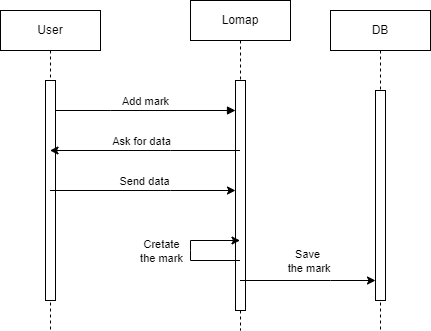
Arquisoft/lomap_es2b keeps this draw.io diagram as docs/images/06_Diagrama_secuencia_anadir_mark.png. Above is the earlier version. Source tidied: cells renumbered, new cells last; positions are measured from the earlier drawing's top-left corner, leaving out a move shared by most shapes. Its diagram source:
```xml
<mxGraphModel>
  <root>
    <mxCell id="0" />
    <mxCell id="1" parent="0" />
    <mxCell id="2" value="User" style="shape=umlLifeline;perimeter=lifelinePerimeter;whiteSpace=wrap;html=1;outlineConnect=0;portConstraint=eastwest;newEdgeStyle={&quot;edgeStyle&quot;:&quot;elbowEdgeStyle&quot;,&quot;elbow&quot;:&quot;vertical&quot;,&quot;curved&quot;:0,&quot;rounded&quot;:0};" parent="1" vertex="1">
      <mxGeometry y="10" width="100" height="320" as="geometry" />
    </mxCell>
    <mxCell id="3" style="html=1;points=[];perimeter=orthogonalPerimeter;outlineConnect=0;targetShapes=umlLifeline;portConstraint=eastwest;newEdgeStyle={&quot;edgeStyle&quot;:&quot;elbowEdgeStyle&quot;,&quot;elbow&quot;:&quot;vertical&quot;,&quot;curved&quot;:0,&quot;rounded&quot;:0};" parent="2" vertex="1">
      <mxGeometry x="45" y="70" width="10" height="220" as="geometry" />
    </mxCell>
    <mxCell id="4" value="Lomap" style="shape=umlLifeline;perimeter=lifelinePerimeter;whiteSpace=wrap;html=1;outlineConnect=0;portConstraint=eastwest;newEdgeStyle={&quot;edgeStyle&quot;:&quot;elbowEdgeStyle&quot;,&quot;elbow&quot;:&quot;vertical&quot;,&quot;curved&quot;:0,&quot;rounded&quot;:0};" parent="1" vertex="1">
      <mxGeometry x="190" width="100" height="330" as="geometry" />
    </mxCell>
    <mxCell id="5" style="html=1;points=[];perimeter=orthogonalPerimeter;outlineConnect=0;targetShapes=umlLifeline;portConstraint=eastwest;newEdgeStyle={&quot;edgeStyle&quot;:&quot;elbowEdgeStyle&quot;,&quot;elbow&quot;:&quot;vertical&quot;,&quot;curved&quot;:0,&quot;rounded&quot;:0};" parent="4" vertex="1">
      <mxGeometry x="45" y="80" width="10" height="230" as="geometry" />
    </mxCell>
    <mxCell id="6" value="Add mark" style="html=1;verticalAlign=bottom;endArrow=block;edgeStyle=elbowEdgeStyle;elbow=vertical;curved=0;rounded=0;" parent="1" edge="1" source="3" target="5">
      <mxGeometry relative="1" as="geometry">
        <Array as="points">
          <mxPoint x="110" y="110" />
          <mxPoint x="140" y="90" />
        </Array>
      </mxGeometry>
    </mxCell>
    <mxCell id="7" value="DB" style="shape=umlLifeline;perimeter=lifelinePerimeter;whiteSpace=wrap;html=1;outlineConnect=0;portConstraint=eastwest;newEdgeStyle={&quot;edgeStyle&quot;:&quot;elbowEdgeStyle&quot;,&quot;elbow&quot;:&quot;vertical&quot;,&quot;curved&quot;:0,&quot;rounded&quot;:0};" parent="1" vertex="1">
      <mxGeometry x="330" y="10" width="100" height="320" as="geometry" />
    </mxCell>
    <mxCell id="8" style="html=1;points=[];perimeter=orthogonalPerimeter;outlineConnect=0;targetShapes=umlLifeline;portConstraint=eastwest;newEdgeStyle={&quot;edgeStyle&quot;:&quot;elbowEdgeStyle&quot;,&quot;elbow&quot;:&quot;vertical&quot;,&quot;curved&quot;:0,&quot;rounded&quot;:0};" parent="7" vertex="1">
      <mxGeometry x="45" y="80" width="10" height="210" as="geometry" />
    </mxCell>
    <mxCell id="9" style="endArrow=classic;html=1;rounded=0;" parent="1" edge="1" source="4" target="2">
      <mxGeometry relative="1" as="geometry">
        <Array as="points">
          <mxPoint x="170" y="150" />
        </Array>
      </mxGeometry>
    </mxCell>
    <mxCell id="10" value="Ask for data" style="edgeLabel;html=1;align=center;verticalAlign=middle;" parent="9" vertex="1">
      <mxGeometry x="-0.03" y="-1" relative="1" as="geometry">
        <mxPoint x="-6" y="-9" as="offset" />
      </mxGeometry>
    </mxCell>
    <mxCell id="11" style="endArrow=classic;html=1;rounded=0;" parent="1" edge="1" source="2" target="5">
      <mxGeometry relative="1" as="geometry">
        <Array as="points">
          <mxPoint x="170" y="190" />
        </Array>
      </mxGeometry>
    </mxCell>
    <mxCell id="12" value="Send data" style="edgeLabel;html=1;align=center;verticalAlign=middle;" parent="11" vertex="1">
      <mxGeometry x="0.01" y="-3" relative="1" as="geometry">
        <mxPoint y="-13" as="offset" />
      </mxGeometry>
    </mxCell>
    <mxCell id="13" style="endArrow=classic;html=1;rounded=0;" parent="1" edge="1" source="4" target="4">
      <mxGeometry relative="1" as="geometry">
        <Array as="points">
          <mxPoint x="190" y="260" />
          <mxPoint x="190" y="250" />
          <mxPoint x="190" y="240" />
        </Array>
      </mxGeometry>
    </mxCell>
    <mxCell id="14" value="Cretate&lt;br&gt;the mark" style="edgeLabel;html=1;align=center;verticalAlign=middle;" parent="13" vertex="1">
      <mxGeometry x="0.34" y="-2" relative="1" as="geometry">
        <mxPoint x="-39" y="8" as="offset" />
      </mxGeometry>
    </mxCell>
    <mxCell id="15" style="endArrow=classic;html=1;rounded=0;" parent="1" edge="1" source="4" target="8">
      <mxGeometry relative="1" as="geometry">
        <Array as="points">
          <mxPoint x="330" y="280" />
        </Array>
      </mxGeometry>
    </mxCell>
    <mxCell id="16" value="Save&lt;br&gt;&amp;nbsp;the mark" style="edgeLabel;html=1;align=center;verticalAlign=middle;" parent="15" vertex="1">
      <mxGeometry x="-0.02" relative="1" as="geometry">
        <mxPoint x="1" y="-20" as="offset" />
      </mxGeometry>
    </mxCell>
  </root>
</mxGraphModel>
```
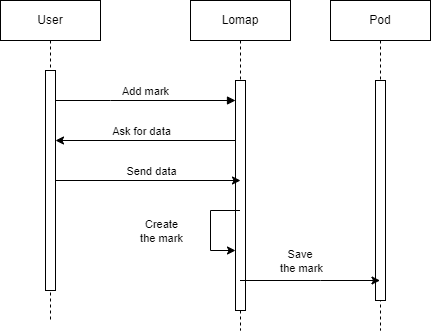
The same file after the commit.

Commit message:
Cambio BD por Pod en anadir mark

What changed in the source:
```diff
@@ -9,11 +9,24 @@
       <mxGeometry x="45" y="70" width="10" height="220" as="geometry" />
     </mxCell>
     <mxCell id="4" value="Lomap" style="shape=umlLifeline;perimeter=lifelinePerimeter;whiteSpace=wrap;html=1;outlineConnect=0;portConstraint=eastwest;newEdgeStyle={&quot;edgeStyle&quot;:&quot;elbowEdgeStyle&quot;,&quot;elbow&quot;:&quot;vertical&quot;,&quot;curved&quot;:0,&quot;rounded&quot;:0};" parent="1" vertex="1">
-      <mxGeometry x="190" width="100" height="330" as="geometry" />
+      <mxGeometry x="190" y="10" width="100" height="330" as="geometry" />
     </mxCell>
     <mxCell id="5" style="html=1;points=[];perimeter=orthogonalPerimeter;outlineConnect=0;targetShapes=umlLifeline;portConstraint=eastwest;newEdgeStyle={&quot;edgeStyle&quot;:&quot;elbowEdgeStyle&quot;,&quot;elbow&quot;:&quot;vertical&quot;,&quot;curved&quot;:0,&quot;rounded&quot;:0};" parent="4" vertex="1">
       <mxGeometry x="45" y="80" width="10" height="230" as="geometry" />
     </mxCell>
+    <mxCell id="17" style="endArrow=classic;html=1;rounded=0;" parent="4" edge="1" source="4" target="5">
+      <mxGeometry relative="1" as="geometry">
+        <Array as="points">
+          <mxPoint x="20" y="210" />
+          <mxPoint x="20" y="250" />
+        </Array>
+      </mxGeometry>
+    </mxCell>
+    <mxCell id="18" value="Create&lt;br&gt;the mark" style="edgeLabel;html=1;align=center;verticalAlign=middle;" parent="17" vertex="1">
+      <mxGeometry x="0.05" y="2" relative="1" as="geometry">
+        <mxPoint x="-52" as="offset" />
+      </mxGeometry>
+    </mxCell>
     <mxCell id="6" value="Add mark" style="html=1;verticalAlign=bottom;endArrow=block;edgeStyle=elbowEdgeStyle;elbow=vertical;curved=0;rounded=0;" parent="1" edge="1" source="3" target="5">
       <mxGeometry relative="1" as="geometry">
         <Array as="points">
@@ -22,60 +35,46 @@
         </Array>
       </mxGeometry>
     </mxCell>
-    <mxCell id="7" value="DB" style="shape=umlLifeline;perimeter=lifelinePerimeter;whiteSpace=wrap;html=1;outlineConnect=0;portConstraint=eastwest;newEdgeStyle={&quot;edgeStyle&quot;:&quot;elbowEdgeStyle&quot;,&quot;elbow&quot;:&quot;vertical&quot;,&quot;curved&quot;:0,&quot;rounded&quot;:0};" parent="1" vertex="1">
-      <mxGeometry x="330" y="10" width="100" height="320" as="geometry" />
+    <mxCell id="7" value="Pod" style="shape=umlLifeline;perimeter=lifelinePerimeter;whiteSpace=wrap;html=1;outlineConnect=0;portConstraint=eastwest;newEdgeStyle={&quot;edgeStyle&quot;:&quot;elbowEdgeStyle&quot;,&quot;elbow&quot;:&quot;vertical&quot;,&quot;curved&quot;:0,&quot;rounded&quot;:0};" parent="1" vertex="1">
+      <mxGeometry x="330" y="10" width="100" height="330" as="geometry" />
     </mxCell>
     <mxCell id="8" style="html=1;points=[];perimeter=orthogonalPerimeter;outlineConnect=0;targetShapes=umlLifeline;portConstraint=eastwest;newEdgeStyle={&quot;edgeStyle&quot;:&quot;elbowEdgeStyle&quot;,&quot;elbow&quot;:&quot;vertical&quot;,&quot;curved&quot;:0,&quot;rounded&quot;:0};" parent="7" vertex="1">
-      <mxGeometry x="45" y="80" width="10" height="210" as="geometry" />
+      <mxGeometry x="45" y="80" width="10" height="220" as="geometry" />
     </mxCell>
-    <mxCell id="9" style="endArrow=classic;html=1;rounded=0;" parent="1" edge="1" source="4" target="2">
-      <mxGeometry relative="1" as="geometry">
-        <Array as="points">
-          <mxPoint x="170" y="150" />
-        </Array>
-      </mxGeometry>
-    </mxCell>
+    <mxCell id="19" style="endArrow=classic;html=1;rounded=0;" parent="1" edge="1" target="3">
+      <mxGeometry relative="1" as="geometry">
+        <mxPoint x="164.5" y="150" as="sourcePoint" />
+        <Array as="points">
+          <mxPoint x="215" y="150" />
+          <mxPoint x="235" y="150" />
+        </Array>
+      </mxGeometry>
+    </mxCell>
-    <mxCell id="10" value="Ask for data" style="edgeLabel;html=1;align=center;verticalAlign=middle;" parent="9" vertex="1">
-      <mxGeometry x="-0.03" y="-1" relative="1" as="geometry">
-        <mxPoint x="-6" y="-9" as="offset" />
+    <mxCell id="10" value="Ask for data" style="edgeLabel;html=1;align=center;verticalAlign=middle;" parent="19" vertex="1">
+      <mxGeometry x="-0.14" y="3" relative="1" as="geometry">
+        <mxPoint x="-57" y="-13" as="offset" />
       </mxGeometry>
     </mxCell>
-    <mxCell id="11" style="endArrow=classic;html=1;rounded=0;" parent="1" edge="1" source="2" target="5">
-      <mxGeometry relative="1" as="geometry">
-        <Array as="points">
-          <mxPoint x="170" y="190" />
-        </Array>
-      </mxGeometry>
-    </mxCell>
+    <mxCell id="20" style="endArrow=classic;html=1;rounded=0;" parent="1" edge="1" source="3">
+      <mxGeometry relative="1" as="geometry">
+        <mxPoint x="240" y="190" as="targetPoint" />
+      </mxGeometry>
+    </mxCell>
-    <mxCell id="12" value="Send data" style="edgeLabel;html=1;align=center;verticalAlign=middle;" parent="11" vertex="1">
-      <mxGeometry x="0.01" y="-3" relative="1" as="geometry">
-        <mxPoint y="-13" as="offset" />
+    <mxCell id="12" value="Send data" style="edgeLabel;html=1;align=center;verticalAlign=middle;" parent="20" vertex="1">
+      <mxGeometry x="0.34" y="-2" relative="1" as="geometry">
+        <mxPoint x="-29" y="-12" as="offset" />
       </mxGeometry>
     </mxCell>
-    <mxCell id="13" style="endArrow=classic;html=1;rounded=0;" parent="1" edge="1" source="4" target="4">
-      <mxGeometry relative="1" as="geometry">
-        <Array as="points">
-          <mxPoint x="190" y="260" />
-          <mxPoint x="190" y="250" />
-          <mxPoint x="190" y="240" />
-        </Array>
-      </mxGeometry>
-    </mxCell>
-    <mxCell id="14" value="Cretate&lt;br&gt;the mark" style="edgeLabel;html=1;align=center;verticalAlign=middle;" parent="13" vertex="1">
-      <mxGeometry x="0.34" y="-2" relative="1" as="geometry">
-        <mxPoint x="-39" y="8" as="offset" />
-      </mxGeometry>
-    </mxCell>
-    <mxCell id="15" style="endArrow=classic;html=1;rounded=0;" parent="1" edge="1" source="4" target="8">
-      <mxGeometry relative="1" as="geometry">
-        <Array as="points">
-          <mxPoint x="330" y="280" />
-        </Array>
-      </mxGeometry>
-    </mxCell>
+    <mxCell id="21" style="endArrow=classic;html=1;rounded=0;" parent="1" edge="1" source="4" target="7">
+      <mxGeometry relative="1" as="geometry">
+        <Array as="points">
+          <mxPoint x="320" y="290" />
+        </Array>
+      </mxGeometry>
+    </mxCell>
-    <mxCell id="16" value="Save&lt;br&gt;&amp;nbsp;the mark" style="edgeLabel;html=1;align=center;verticalAlign=middle;" parent="15" vertex="1">
-      <mxGeometry x="-0.02" relative="1" as="geometry">
-        <mxPoint x="1" y="-20" as="offset" />
+    <mxCell id="16" value="Save&amp;nbsp;&lt;br&gt;the mark" style="edgeLabel;html=1;align=center;verticalAlign=middle;" parent="21" vertex="1">
+      <mxGeometry x="0.02" y="1" relative="1" as="geometry">
+        <mxPoint x="-10" y="-19" as="offset" />
       </mxGeometry>
     </mxCell>
   </root>
```
